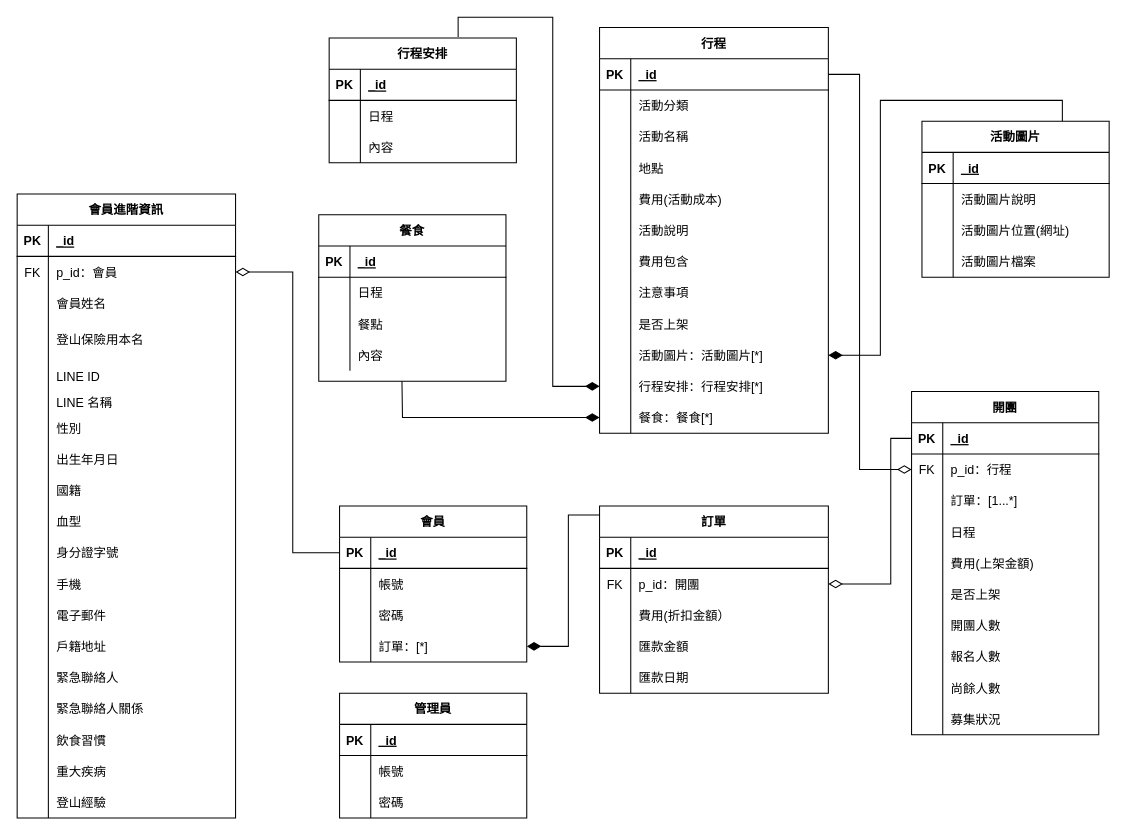
Yizi-Yeh/MT-Databaseplanning keeps this draw.io diagram as Untitled Diagram.drawio. Above is the earlier version. Source tidied: cells renumbered, new cells numbered last; positions are measured from the earlier drawing's top-left corner, leaving out a move shared by most shapes. Both pictures are drawn from the tidied source at 104%, with x=0, y=0 at pixel (17, 27).
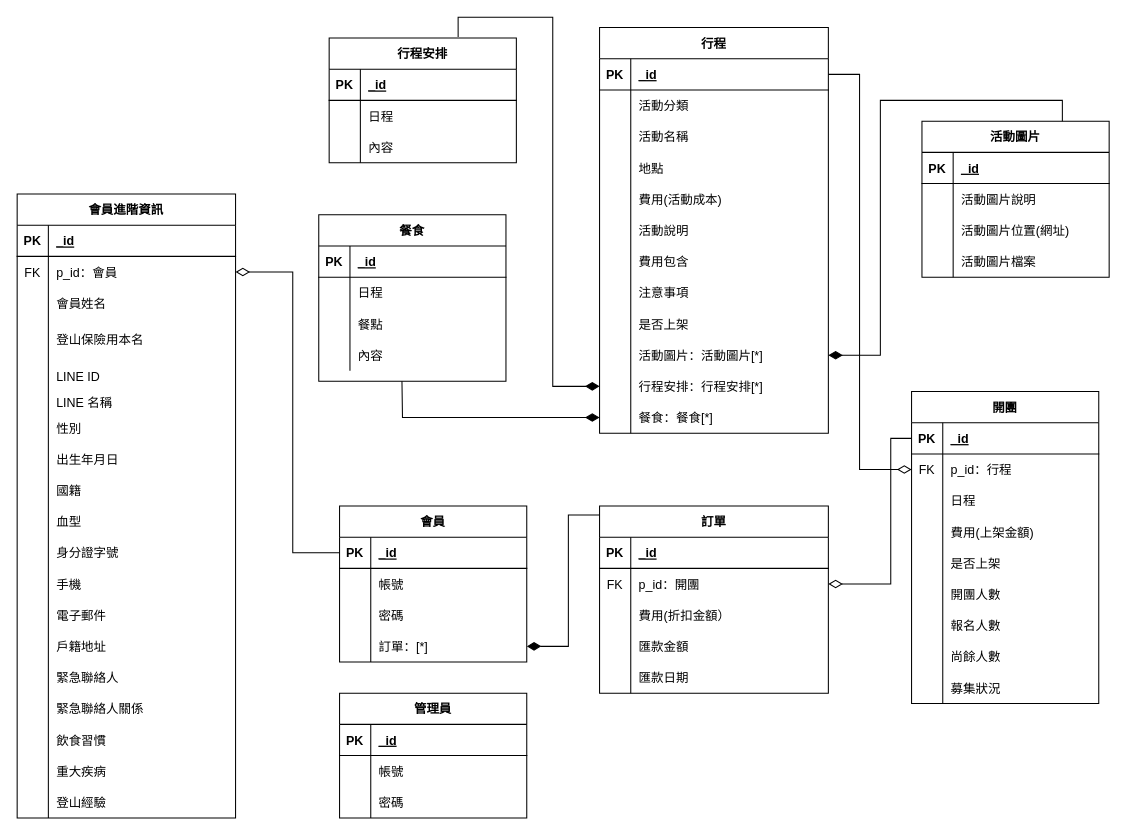
The same page after the edit.

What changed in the source:
```diff
@@
     <mxCell id="39" value="開團" style="shape=table;startSize=30;childLayout=tableLayout;rowLines=0;fontStyle=1;align=center;fillColor=none;" parent="1" vertex="1">
-      <mxGeometry x="860" y="350" width="180" height="330" as="geometry" />
+      <mxGeometry x="860" y="350" width="180" height="300" as="geometry" />
     </mxCell>
@@
-    <mxCell id="46" style="shape=partialRectangle;fillColor=none;top=0;left=0;bottom=0;right=0;" parent="39" vertex="1">
-      <mxGeometry y="90" width="180" height="30" as="geometry" />
-    </mxCell>
-    <mxCell id="47" style="shape=partialRectangle;fillColor=none;top=0;left=0;bottom=0;right=0;fontStyle=0;overflow=hidden;" parent="46" vertex="1">
-      <mxGeometry width="30" height="30" as="geometry" />
-    </mxCell>
-    <mxCell id="48" value="訂單：[1...*]" style="shape=partialRectangle;fillColor=none;top=0;left=0;bottom=0;right=0;align=left;spacingLeft=6;fontStyle=0;overflow=hidden;" parent="46" vertex="1">
-      <mxGeometry x="30" width="150" height="30" as="geometry" />
-    </mxCell>
     <mxCell id="49" style="shape=partialRectangle;fillColor=none;top=0;left=0;bottom=0;right=0;" parent="39" vertex="1">
-      <mxGeometry y="120" width="180" height="30" as="geometry" />
+      <mxGeometry y="90" width="180" height="30" as="geometry" />
     </mxCell>
@@
     <mxCell id="52" style="shape=partialRectangle;fillColor=none;top=0;left=0;bottom=0;right=0;" parent="39" vertex="1">
-      <mxGeometry y="150" width="180" height="30" as="geometry" />
+      <mxGeometry y="120" width="180" height="30" as="geometry" />
     </mxCell>
@@
     <mxCell id="55" style="shape=partialRectangle;fillColor=none;top=0;left=0;bottom=0;right=0;" parent="39" vertex="1">
-      <mxGeometry y="180" width="180" height="30" as="geometry" />
+      <mxGeometry y="150" width="180" height="30" as="geometry" />
     </mxCell>
@@
     <mxCell id="58" style="shape=partialRectangle;fillColor=none;top=0;left=0;bottom=0;right=0;" parent="39" vertex="1">
-      <mxGeometry y="210" width="180" height="30" as="geometry" />
+      <mxGeometry y="180" width="180" height="30" as="geometry" />
     </mxCell>
@@
     <mxCell id="61" style="shape=partialRectangle;fillColor=none;top=0;left=0;bottom=0;right=0;" parent="39" vertex="1">
-      <mxGeometry y="240" width="180" height="30" as="geometry" />
+      <mxGeometry y="210" width="180" height="30" as="geometry" />
     </mxCell>
@@
     <mxCell id="64" style="shape=partialRectangle;fillColor=none;top=0;left=0;bottom=0;right=0;" parent="39" vertex="1">
-      <mxGeometry y="270" width="180" height="30" as="geometry" />
+      <mxGeometry y="240" width="180" height="30" as="geometry" />
     </mxCell>
@@
     <mxCell id="67" style="shape=partialRectangle;fillColor=none;top=0;left=0;bottom=0;right=0;" parent="39" vertex="1">
-      <mxGeometry y="300" width="180" height="30" as="geometry" />
+      <mxGeometry y="270" width="180" height="30" as="geometry" />
     </mxCell>
```
